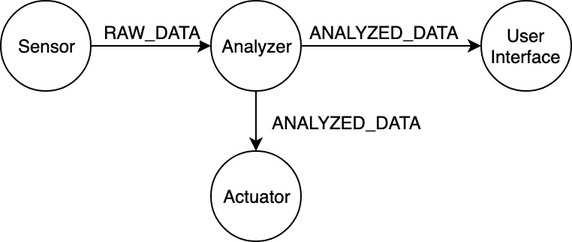
Before: documents/figures/algorithm-apploop.png, a diagram exported from draw.io (slienau/bachelor-thesis). Source tidied: cells renumbered, new cells last; positions are measured from the earlier drawing's top-left corner, leaving out a move shared by most shapes. Its diagram source:
```xml
<mxGraphModel>
  <root>
    <mxCell id="0" />
    <mxCell id="1" parent="0" />
    <mxCell id="2" style="edgeStyle=orthogonalEdgeStyle;curved=1;jumpStyle=none;jettySize=auto;html=1;exitX=1;exitY=0.5;exitDx=0;exitDy=0;entryX=0;entryY=0.5;entryDx=0;entryDy=0;" parent="1" edge="1" source="4" target="9">
      <mxGeometry relative="1" as="geometry" />
    </mxCell>
    <mxCell id="3" value="RAW_DATA" style="text;html=1;align=center;verticalAlign=middle;labelBackgroundColor=#ffffff;" parent="2" vertex="1">
      <mxGeometry x="0.04" y="1" relative="1" as="geometry">
        <mxPoint x="-2" y="-9" as="offset" />
      </mxGeometry>
    </mxCell>
    <mxCell id="4" value="Sensor" style="ellipse;whiteSpace=wrap;html=1;" parent="1" vertex="1">
      <mxGeometry width="60" height="60" as="geometry" />
    </mxCell>
    <mxCell id="5" style="edgeStyle=orthogonalEdgeStyle;curved=1;jumpStyle=none;jettySize=auto;html=1;exitX=1;exitY=0.5;exitDx=0;exitDy=0;entryX=0;entryY=0.5;entryDx=0;entryDy=0;" parent="1" edge="1" source="9" target="10">
      <mxGeometry relative="1" as="geometry" />
    </mxCell>
    <mxCell id="6" value="ANALYZED_DATA" style="text;html=1;align=center;verticalAlign=middle;labelBackgroundColor=#ffffff;" parent="5" vertex="1">
      <mxGeometry x="0.16" y="1" relative="1" as="geometry">
        <mxPoint x="-15" y="-9" as="offset" />
      </mxGeometry>
    </mxCell>
    <mxCell id="7" style="edgeStyle=orthogonalEdgeStyle;curved=1;jumpStyle=none;jettySize=auto;html=1;exitX=0.5;exitY=1;exitDx=0;exitDy=0;entryX=0.5;entryY=0;entryDx=0;entryDy=0;" parent="1" edge="1" source="9" target="11">
      <mxGeometry relative="1" as="geometry" />
    </mxCell>
    <mxCell id="8" value="ANALYZED_DATA" style="text;html=1;align=center;verticalAlign=middle;labelBackgroundColor=#ffffff;" parent="7" vertex="1">
      <mxGeometry x="-0.15" y="4" relative="1" as="geometry">
        <mxPoint x="56" y="3" as="offset" />
      </mxGeometry>
    </mxCell>
    <mxCell id="9" value="Analyzer" style="ellipse;whiteSpace=wrap;html=1;" parent="1" vertex="1">
      <mxGeometry x="140" width="60" height="60" as="geometry" />
    </mxCell>
    <mxCell id="10" value="User Interface" style="ellipse;whiteSpace=wrap;html=1;" parent="1" vertex="1">
      <mxGeometry x="320" width="60" height="60" as="geometry" />
    </mxCell>
    <mxCell id="11" value="Actuator" style="ellipse;whiteSpace=wrap;html=1;" parent="1" vertex="1">
      <mxGeometry x="140" y="100" width="60" height="60" as="geometry" />
    </mxCell>
  </root>
</mxGraphModel>
```
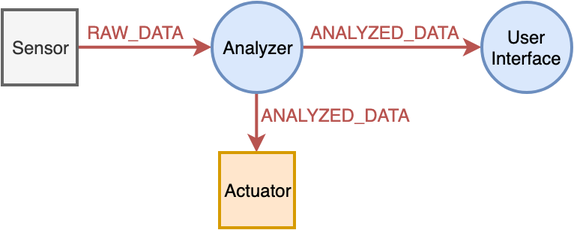
The same file after the commit.

The edit, as a diff of the source:
```diff
@@ -2,41 +2,41 @@
   <root>
     <mxCell id="0" />
     <mxCell id="1" parent="0" />
-    <mxCell id="2" style="edgeStyle=orthogonalEdgeStyle;curved=1;jumpStyle=none;jettySize=auto;html=1;exitX=1;exitY=0.5;exitDx=0;exitDy=0;entryX=0;entryY=0.5;entryDx=0;entryDy=0;" parent="1" edge="1" source="4" target="9">
+    <mxCell id="2" style="edgeStyle=orthogonalEdgeStyle;curved=1;jumpStyle=none;jettySize=auto;html=1;exitX=1;exitY=0.5;exitDx=0;exitDy=0;entryX=0;entryY=0.5;entryDx=0;entryDy=0;fillColor=#f8cecc;strokeColor=#b85450;strokeWidth=2;" parent="1" edge="1" source="4" target="9">
       <mxGeometry relative="1" as="geometry" />
     </mxCell>
-    <mxCell id="3" value="RAW_DATA" style="text;html=1;align=center;verticalAlign=middle;labelBackgroundColor=#ffffff;" parent="2" vertex="1">
+    <mxCell id="3" value="RAW_DATA" style="text;html=1;align=center;verticalAlign=middle;labelBackgroundColor=#ffffff;fontColor=#B85450;" parent="2" vertex="1">
       <mxGeometry x="0.04" y="1" relative="1" as="geometry">
-        <mxPoint x="-2" y="-9" as="offset" />
+        <mxPoint x="-8" y="-9" as="offset" />
       </mxGeometry>
     </mxCell>
-    <mxCell id="4" value="Sensor" style="ellipse;whiteSpace=wrap;html=1;" parent="1" vertex="1">
-      <mxGeometry width="60" height="60" as="geometry" />
-    </mxCell>
-    <mxCell id="5" style="edgeStyle=orthogonalEdgeStyle;curved=1;jumpStyle=none;jettySize=auto;html=1;exitX=1;exitY=0.5;exitDx=0;exitDy=0;entryX=0;entryY=0.5;entryDx=0;entryDy=0;" parent="1" edge="1" source="9" target="10">
+    <mxCell id="5" style="edgeStyle=orthogonalEdgeStyle;curved=1;jumpStyle=none;jettySize=auto;html=1;exitX=1;exitY=0.5;exitDx=0;exitDy=0;entryX=0;entryY=0.5;entryDx=0;entryDy=0;fillColor=#f8cecc;strokeColor=#b85450;strokeWidth=2;" parent="1" edge="1" source="9" target="10">
       <mxGeometry relative="1" as="geometry" />
     </mxCell>
-    <mxCell id="6" value="ANALYZED_DATA" style="text;html=1;align=center;verticalAlign=middle;labelBackgroundColor=#ffffff;" parent="5" vertex="1">
+    <mxCell id="6" value="ANALYZED_DATA" style="text;html=1;align=center;verticalAlign=middle;labelBackgroundColor=#ffffff;fontColor=#B85450;" parent="5" vertex="1">
       <mxGeometry x="0.16" y="1" relative="1" as="geometry">
         <mxPoint x="-15" y="-9" as="offset" />
       </mxGeometry>
     </mxCell>
-    <mxCell id="7" style="edgeStyle=orthogonalEdgeStyle;curved=1;jumpStyle=none;jettySize=auto;html=1;exitX=0.5;exitY=1;exitDx=0;exitDy=0;entryX=0.5;entryY=0;entryDx=0;entryDy=0;" parent="1" edge="1" source="9" target="11">
+    <mxCell id="7" style="edgeStyle=orthogonalEdgeStyle;curved=1;jumpStyle=none;jettySize=auto;html=1;exitX=0.5;exitY=1;exitDx=0;exitDy=0;entryX=0.5;entryY=0;entryDx=0;entryDy=0;fillColor=#f8cecc;strokeColor=#b85450;strokeWidth=2;" parent="1" edge="1" source="9" target="11">
       <mxGeometry relative="1" as="geometry" />
     </mxCell>
-    <mxCell id="8" value="ANALYZED_DATA" style="text;html=1;align=center;verticalAlign=middle;labelBackgroundColor=#ffffff;" parent="7" vertex="1">
+    <mxCell id="8" value="ANALYZED_DATA" style="text;html=1;align=center;verticalAlign=middle;labelBackgroundColor=#ffffff;fontColor=#B85450;" parent="7" vertex="1">
       <mxGeometry x="-0.15" y="4" relative="1" as="geometry">
-        <mxPoint x="56" y="3" as="offset" />
+        <mxPoint x="48.5" y="-1.5" as="offset" />
       </mxGeometry>
     </mxCell>
-    <mxCell id="9" value="Analyzer" style="ellipse;whiteSpace=wrap;html=1;" parent="1" vertex="1">
+    <mxCell id="9" value="Analyzer" style="ellipse;whiteSpace=wrap;html=1;fillColor=#dae8fc;strokeColor=#6c8ebf;strokeWidth=2;" parent="1" vertex="1">
       <mxGeometry x="140" width="60" height="60" as="geometry" />
     </mxCell>
-    <mxCell id="10" value="User Interface" style="ellipse;whiteSpace=wrap;html=1;" parent="1" vertex="1">
+    <mxCell id="10" value="User Interface" style="ellipse;whiteSpace=wrap;html=1;fillColor=#dae8fc;strokeColor=#6c8ebf;strokeWidth=2;" parent="1" vertex="1">
       <mxGeometry x="320" width="60" height="60" as="geometry" />
     </mxCell>
+    <mxCell id="4" value="Sensor" style="whiteSpace=wrap;html=1;fillColor=#f5f5f5;strokeColor=#666666;strokeWidth=2;fontColor=#333333;" parent="1" vertex="1">
+      <mxGeometry y="5" width="50" height="50" as="geometry" />
+    </mxCell>
-    <mxCell id="11" value="Actuator" style="ellipse;whiteSpace=wrap;html=1;" parent="1" vertex="1">
-      <mxGeometry x="140" y="100" width="60" height="60" as="geometry" />
+    <mxCell id="11" value="Actuator" style="whiteSpace=wrap;html=1;fillColor=#ffe6cc;strokeColor=#d79b00;strokeWidth=2;" parent="1" vertex="1">
+      <mxGeometry x="145" y="100" width="50" height="50" as="geometry" />
     </mxCell>
   </root>
 </mxGraphModel>
```
